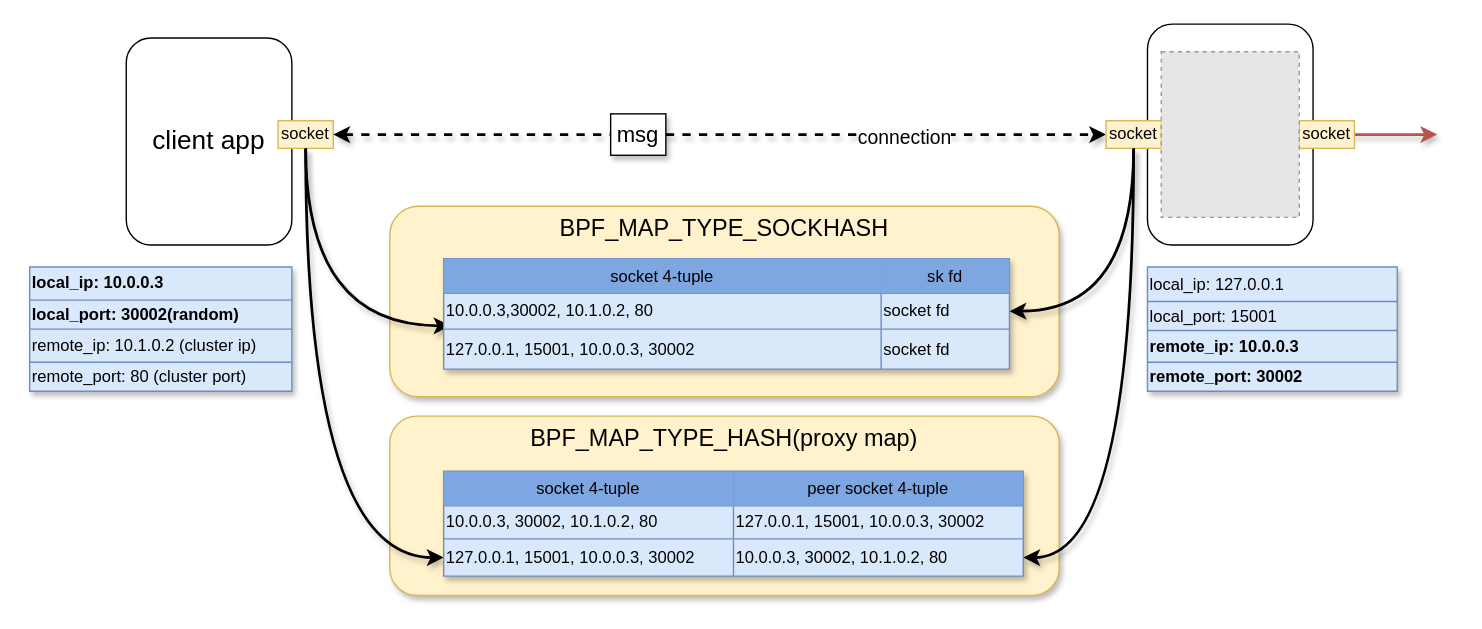
This is istio_dataflow/ingress_egress_envoy_to_envoy/egress_acceleration.drawio from LuyaoZhong/Documents, a draw.io file, before an edit. Source tidied: cells renumbered, new cells numbered last; positions are measured from the earlier drawing's top-left corner, leaving out a move shared by most shapes. Both pictures are drawn from the tidied source at 138%, with x=0, y=0 at pixel (29, 23). Pictures stored in the file or linked from it are replaced by grey dashed boxes.
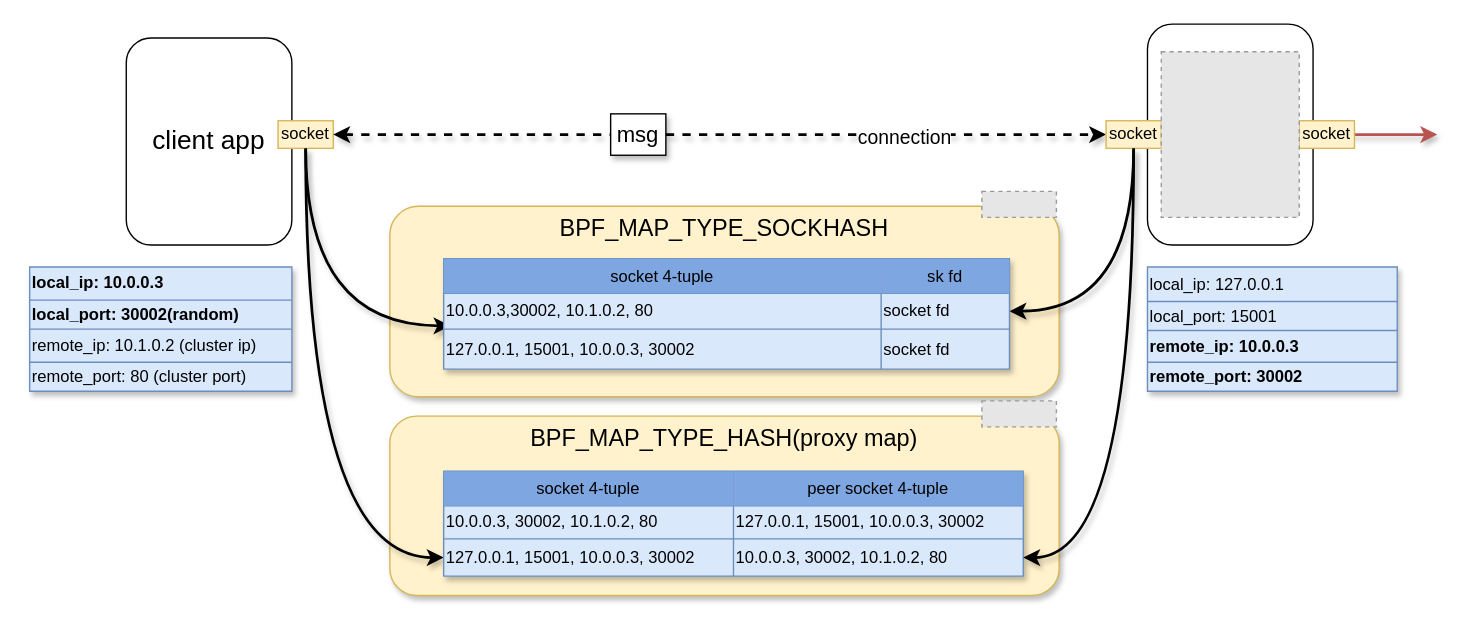
Above is the later version.

Diff of the diagram source:
```diff
@@
+    <mxCell id="57" style="fillColor=#E6E6E6;strokeColor=#999999;dashed=1;verticalLabelPosition=bottom;labelBackgroundColor=#ffffff;verticalAlign=top;" parent="1" vertex="1">
+      <mxGeometry x="690" y="121.2" width="54" height="18.8" as="geometry" />
+    </mxCell>
+    <mxCell id="58" style="fillColor=#E6E6E6;strokeColor=#999999;dashed=1;verticalLabelPosition=bottom;labelBackgroundColor=#ffffff;verticalAlign=top;" parent="1" vertex="1">
+      <mxGeometry x="690" y="273" width="54" height="18.8" as="geometry" />
+    </mxCell>
```
